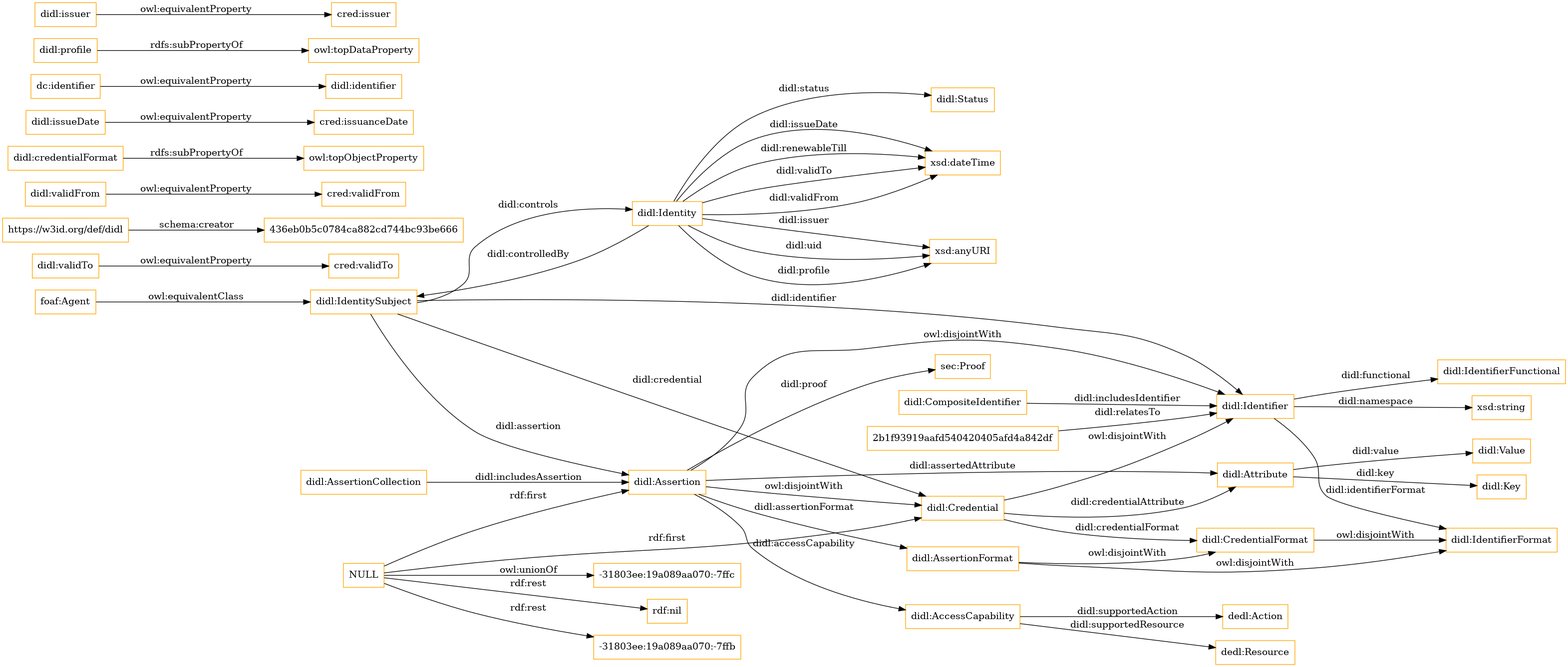
Earlier version of the Graphviz export OnToology/didl.ttl/diagrams/ar2dtool-class/didl.ttl.png (jiahang-chen/didl). Its source is kept beside it as OnToology/didl.ttl/diagrams/ar2dtool-class/didl.ttl.png.dot.
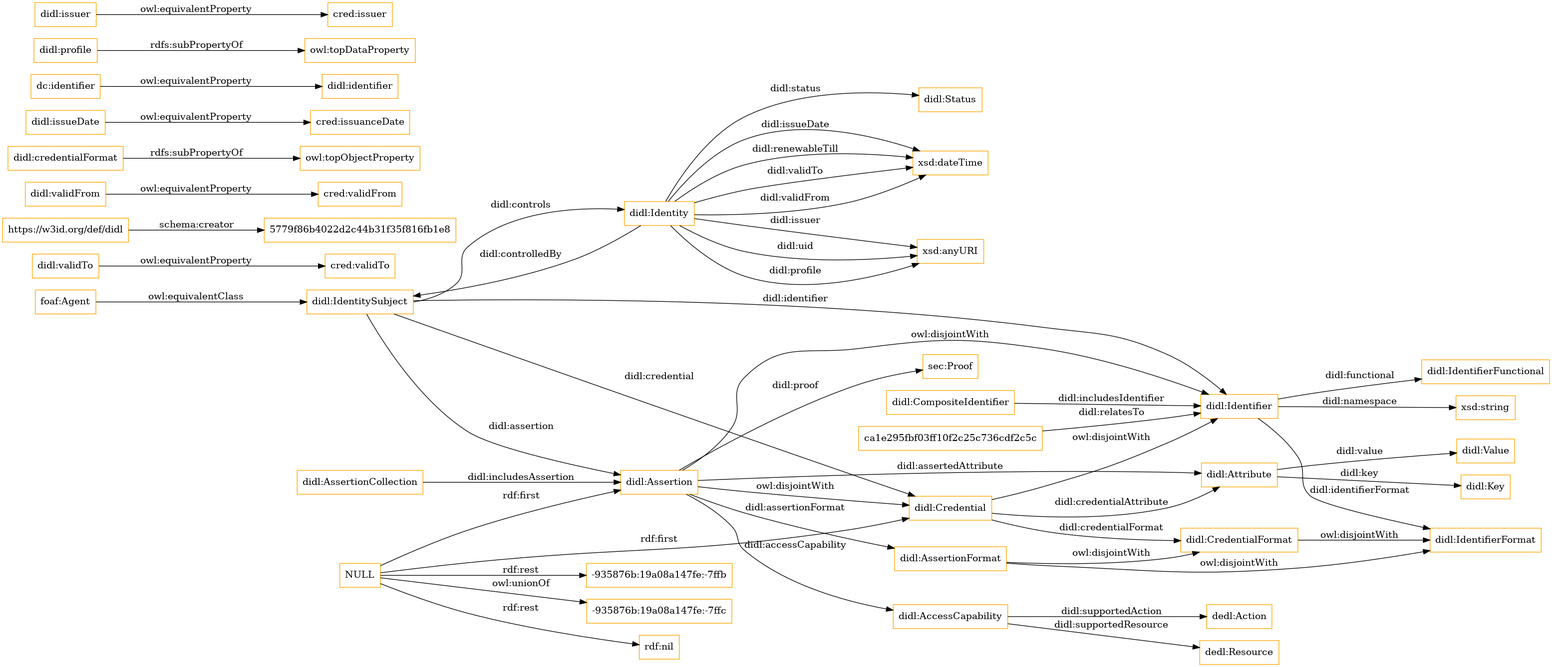
After the commit.

What changed in the source:
```diff
@@ -1,15 +1,15 @@
 digraph ar2dtool_diagram {
 rankdir=LR;
 size="1501"
-node [shape = rectangle, color="orange"]; "didl:Attribute" "didl:CompositeIdentifier" "didl:AssertionFormat" "2b1f93919aafd540420405afd4a842df" "didl:Status" "sec:Proof" "foaf:Agent" "didl:IdentifierFunctional" "didl:IdentifierFormat" "didl:Assertion" "didl:Key" "didl:Identity" "dedl:Resource" "dedl:Action" "didl:AccessCapability" "didl:CredentialFormat" "didl:Credential" "didl:IdentitySubject" "didl:Value" "didl:AssertionCollection" "didl:Identifier" ; /*classes style*/
+node [shape = rectangle, color="orange"]; "didl:Attribute" "didl:CompositeIdentifier" "didl:AssertionFormat" "didl:Status" "sec:Proof" "foaf:Agent" "didl:IdentifierFunctional" "didl:IdentifierFormat" "didl:Assertion" "didl:Key" "didl:Identity" "dedl:Resource" "dedl:Action" "ca1e295fbf03ff10f2c25c736cdf2c5c" "didl:AccessCapability" "didl:CredentialFormat" "didl:Credential" "didl:IdentitySubject" "didl:Value" "didl:AssertionCollection" "didl:Identifier" ; /*classes style*/
+	"NULL" -> "-935876b:19a08a147fe:-7ffc" [ label = "owl:unionOf" ];
 	"NULL" -> "rdf:nil" [ label = "rdf:rest" ];
 	"NULL" -> "didl:Credential" [ label = "rdf:first" ];
-	"NULL" -> "-31803ee:19a089aa070:-7ffb" [ label = "rdf:rest" ];
+	"NULL" -> "-935876b:19a08a147fe:-7ffb" [ label = "rdf:rest" ];
 	"NULL" -> "didl:Assertion" [ label = "rdf:first" ];
-	"NULL" -> "-31803ee:19a089aa070:-7ffc" [ label = "owl:unionOf" ];
 	"didl:Credential" -> "didl:Identifier" [ label = "owl:disjointWith" ];
 	"didl:validTo" -> "cred:validTo" [ label = "owl:equivalentProperty" ];
-	"https://w3id.org/def/didl" -> "436eb0b5c0784ca882cd744bc93be666" [ label = "schema:creator" ];
+	"https://w3id.org/def/didl" -> "5779f86b4022d2c44b31f35f816fb1e8" [ label = "schema:creator" ];
 	"didl:validFrom" -> "cred:validFrom" [ label = "owl:equivalentProperty" ];
 	"didl:credentialFormat" -> "owl:topObjectProperty" [ label = "rdfs:subPropertyOf" ];
 	"didl:issueDate" -> "cred:issuanceDate" [ label = "owl:equivalentProperty" ];
@@ -28,7 +28,7 @@
 	"didl:Identity" -> "didl:Status" [ label = "didl:status" ];
 	"didl:Attribute" -> "didl:Value" [ label = "didl:value" ];
 	"didl:IdentitySubject" -> "didl:Identifier" [ label = "didl:identifier" ];
-	"2b1f93919aafd540420405afd4a842df" -> "didl:Identifier" [ label = "didl:relatesTo" ];
+	"ca1e295fbf03ff10f2c25c736cdf2c5c" -> "didl:Identifier" [ label = "didl:relatesTo" ];
 	"didl:Attribute" -> "didl:Key" [ label = "didl:key" ];
 	"didl:Identifier" -> "xsd:string" [ label = "didl:namespace" ];
 	"didl:Identity" -> "xsd:anyURI" [ label = "didl:profile" ];
```
